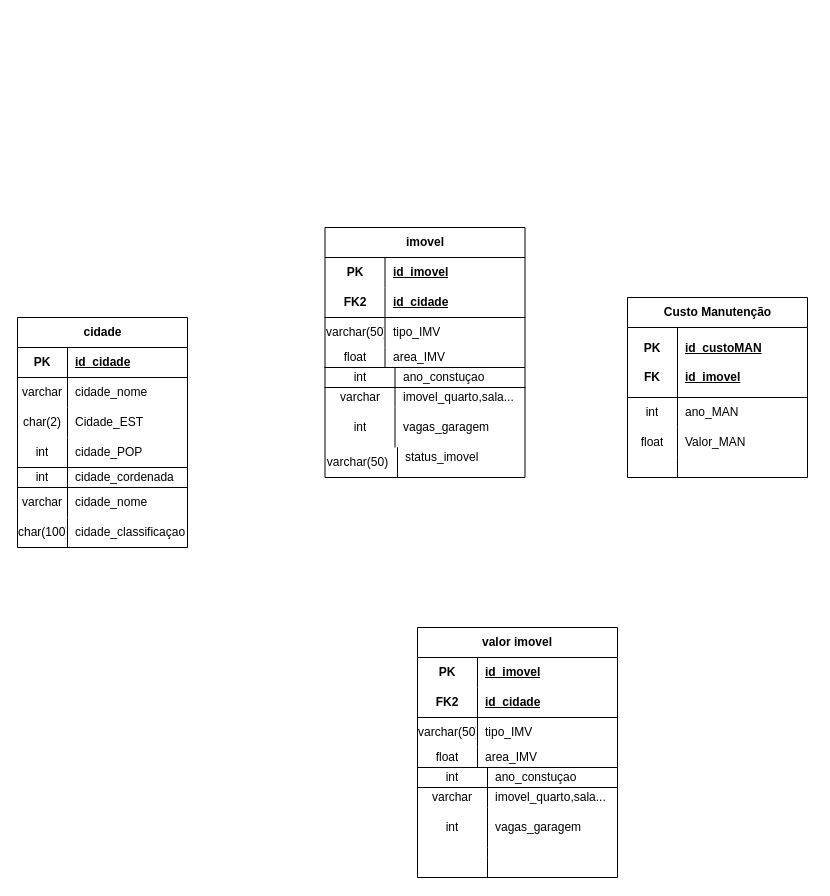
Guilherme22B/Group_by keeps this draw.io diagram as GroupBy.drawio. Above is the earlier version. Source tidied: cells renumbered, new cells numbered last; positions are measured from the earlier drawing's top-left corner, leaving out a move shared by most shapes. Both pictures are drawn from the tidied source at 100%, with x=0, y=0 at pixel (17, 227).
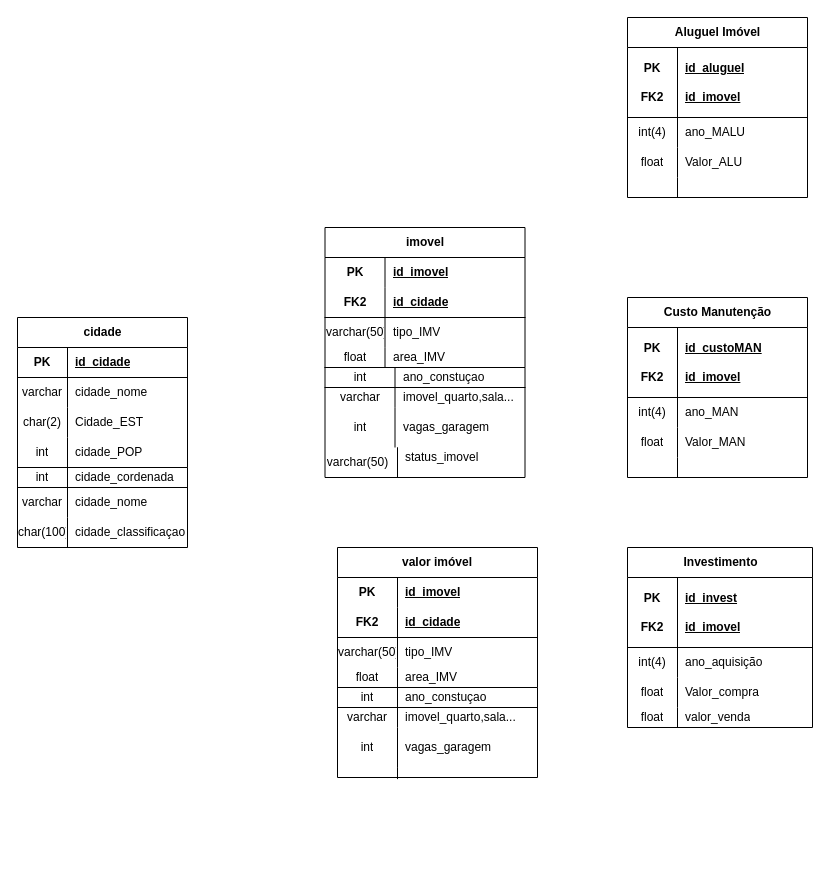
The same diagram, later.

Commit message:
FEITA A TABELA  DE  INVESTIMENTO E  DE  ALUGUEL IMÓVEL

The change refers to these unchanged cells:
```xml
<mxCell id="67" style="shape=tableRow;horizontal=0;startSize=0;swimlaneHead=0;swimlaneBody=0;fillColor=none;top=0;left=0;right=0;bottom=1;" parent="66" vertex="1">
  <mxGeometry width="200" height="20" as="geometry" />
</mxCell>
<mxCell id="70" style="shape=tableRow;horizontal=0;startSize=0;swimlaneHead=0;swimlaneBody=0;fillColor=none;top=0;left=0;right=0;bottom=0;" parent="66" vertex="1">
  <mxGeometry y="20" width="200" height="20" as="geometry" />
</mxCell>
<mxCell id="73" style="shape=tableRow;horizontal=0;startSize=0;swimlaneHead=0;swimlaneBody=0;fillColor=none;top=0;left=0;right=0;bottom=0;" parent="66" vertex="1">
  <mxGeometry y="40" width="200" height="40" as="geometry" />
</mxCell>
<mxCell id="78" style="shape=tableRow;horizontal=0;startSize=0;swimlaneHead=0;swimlaneBody=0;fillColor=none;top=0;left=0;right=0;bottom=1;" parent="77" vertex="1">
  <mxGeometry y="30" width="180" height="70" as="geometry" />
</mxCell>
<mxCell id="81" style="shape=tableRow;horizontal=0;startSize=0;swimlaneHead=0;swimlaneBody=0;fillColor=none;top=0;left=0;right=0;bottom=0;" parent="77" vertex="1">
  <mxGeometry y="100" width="180" height="30" as="geometry" />
</mxCell>
```

Change to the diagram source:
```diff
@@
-    <mxCell id="53" value="valor imovel" style="shape=table;startSize=30;childLayout=tableLayout;rowLines=0;fontStyle=1;align=center;html=1;whiteSpace=wrap;" parent="1" vertex="1">
-      <mxGeometry x="400" y="400" width="200" height="140" as="geometry" />
+    <mxCell id="53" value="valor imóvel" style="shape=table;startSize=30;childLayout=tableLayout;rowLines=0;fontStyle=1;align=center;html=1;whiteSpace=wrap;" parent="1" vertex="1">
+      <mxGeometry x="320" y="320" width="200" height="140" as="geometry" />
     </mxCell>
@@
     <mxCell id="66" style="shape=table;startSize=0;childLayout=tableLayout;rowLines=0;fontStyle=1;align=center;html=1;" parent="1" vertex="1">
-      <mxGeometry x="400" y="540" width="200" height="110" as="geometry" />
+      <mxGeometry x="320" y="460" width="200" height="90" as="geometry" />
     </mxCell>
@@
     <mxCell id="68" value="&lt;span style=&quot;font-weight: normal;&quot;&gt;int&lt;/span&gt;" style="shape=partialRectangle;fillColor=none;top=0;left=0;bottom=0;right=0;fontStyle=1;overflow=hidden;whiteSpace=wrap;html=1;" parent="67" vertex="1">
-      <mxGeometry width="70" height="20" as="geometry" />
+      <mxGeometry width="60" height="20" as="geometry" />
     </mxCell>
     <mxCell id="69" value="&lt;span style=&quot;font-weight: 400;&quot;&gt;ano_constuçao&lt;/span&gt;" style="shape=partialRectangle;fillColor=none;top=0;left=0;bottom=0;right=0;align=left;spacingLeft=6;fontStyle=1;overflow=hidden;whiteSpace=wrap;html=1;" parent="67" vertex="1">
-      <mxGeometry x="70" width="130" height="20" as="geometry" />
+      <mxGeometry x="60" width="140" height="20" as="geometry" />
     </mxCell>
@@
     <mxCell id="71" value="varchar" style="shape=partialRectangle;fillColor=none;top=0;left=0;bottom=0;right=0;overflow=hidden;whiteSpace=wrap;html=1;" parent="70" vertex="1">
-      <mxGeometry width="70" height="20" as="geometry" />
+      <mxGeometry width="60" height="20" as="geometry" />
     </mxCell>
     <mxCell id="72" value="imovel_quarto,sala..." style="shape=partialRectangle;fillColor=none;top=0;left=0;bottom=0;right=0;align=left;spacingLeft=6;overflow=hidden;whiteSpace=wrap;html=1;" parent="70" vertex="1">
-      <mxGeometry x="70" width="130" height="20" as="geometry" />
+      <mxGeometry x="60" width="140" height="20" as="geometry" />
     </mxCell>
@@
     <mxCell id="74" value="int" style="shape=partialRectangle;fillColor=none;top=0;left=0;bottom=0;right=0;overflow=hidden;whiteSpace=wrap;html=1;" parent="73" vertex="1">
-      <mxGeometry width="70" height="40" as="geometry" />
+      <mxGeometry width="60" height="40" as="geometry" />
     </mxCell>
     <mxCell id="75" value="vagas_garagem" style="shape=partialRectangle;fillColor=none;top=0;left=0;bottom=0;right=0;align=left;spacingLeft=6;overflow=hidden;whiteSpace=wrap;html=1;" parent="73" vertex="1">
-      <mxGeometry x="70" width="130" height="40" as="geometry" />
+      <mxGeometry x="60" width="140" height="40" as="geometry" />
     </mxCell>
-    <mxCell id="76" style="endArrow=none;html=1;rounded=0;" parent="1" edge="1">
+    <mxCell id="76" style="endArrow=none;html=1;rounded=0;exitX=0.3;exitY=1.018;exitDx=0;exitDy=0;exitPerimeter=0;" parent="1" edge="1" source="66">
       <mxGeometry relative="1" as="geometry">
-        <mxPoint x="470" y="650" as="sourcePoint" />
-        <mxPoint x="470" y="620" as="targetPoint" />
+        <mxPoint x="380" y="550" as="targetPoint" />
         <Array as="points">
-          <mxPoint x="470" y="630" />
+          <mxPoint x="380" y="550" />
+          <mxPoint x="380" y="540" />
         </Array>
       </mxGeometry>
     </mxCell>
@@
-    <mxCell id="79" value="PK&lt;div&gt;&lt;br&gt;&lt;/div&gt;&lt;div&gt;FK&lt;/div&gt;" style="shape=partialRectangle;fillColor=none;top=0;left=0;bottom=0;right=0;fontStyle=1;overflow=hidden;whiteSpace=wrap;html=1;" parent="78" vertex="1">
+    <mxCell id="79" value="PK&lt;div&gt;&lt;br&gt;&lt;/div&gt;&lt;div&gt;FK2&lt;/div&gt;" style="shape=partialRectangle;fillColor=none;top=0;left=0;bottom=0;right=0;fontStyle=1;overflow=hidden;whiteSpace=wrap;html=1;" parent="78" vertex="1">
       <mxGeometry width="50" height="70" as="geometry" />
     </mxCell>
@@
-    <mxCell id="82" value="int" style="shape=partialRectangle;fillColor=none;top=0;left=0;bottom=0;right=0;overflow=hidden;whiteSpace=wrap;html=1;" parent="81" vertex="1">
+    <mxCell id="82" value="int(4)" style="shape=partialRectangle;fillColor=none;top=0;left=0;bottom=0;right=0;overflow=hidden;whiteSpace=wrap;html=1;" parent="81" vertex="1">
       <mxGeometry width="50" height="30" as="geometry" />
     </mxCell>
@@
+    <mxCell id="90" value="&lt;span style=&quot;text-wrap-mode: wrap;&quot;&gt;Investimento&lt;/span&gt;" style="shape=table;startSize=30;childLayout=tableLayout;rowLines=0;fontStyle=1;align=center;html=1;" parent="1" vertex="1">
+      <mxGeometry x="610" y="320" width="185" height="180" as="geometry" />
+    </mxCell>
+    <mxCell id="91" style="shape=tableRow;horizontal=0;startSize=0;swimlaneHead=0;swimlaneBody=0;fillColor=none;top=0;left=0;right=0;bottom=1;" parent="90" vertex="1">
+      <mxGeometry y="30" width="185" height="70" as="geometry" />
+    </mxCell>
+    <mxCell id="92" value="PK&lt;div&gt;&lt;br&gt;&lt;/div&gt;&lt;div&gt;FK2&lt;/div&gt;" style="shape=partialRectangle;fillColor=none;top=0;left=0;bottom=0;right=0;fontStyle=1;overflow=hidden;whiteSpace=wrap;html=1;" parent="91" vertex="1">
+      <mxGeometry width="50" height="70" as="geometry" />
+    </mxCell>
+    <mxCell id="93" value="id_invest&lt;div&gt;&lt;br&gt;&lt;/div&gt;&lt;div&gt;id_imovel&lt;/div&gt;" style="shape=partialRectangle;fillColor=none;top=0;left=0;bottom=0;right=0;align=left;spacingLeft=6;fontStyle=5;overflow=hidden;whiteSpace=wrap;html=1;" parent="91" vertex="1">
+      <mxGeometry x="50" width="135" height="70" as="geometry" />
+    </mxCell>
+    <mxCell id="94" style="shape=tableRow;horizontal=0;startSize=0;swimlaneHead=0;swimlaneBody=0;fillColor=none;top=0;left=0;right=0;bottom=0;" parent="90" vertex="1">
+      <mxGeometry y="100" width="185" height="30" as="geometry" />
+    </mxCell>
+    <mxCell id="95" value="int(4)" style="shape=partialRectangle;fillColor=none;top=0;left=0;bottom=0;right=0;overflow=hidden;whiteSpace=wrap;html=1;" parent="94" vertex="1">
+      <mxGeometry width="50" height="30" as="geometry" />
+    </mxCell>
+    <mxCell id="96" value="ano_aquisição" style="shape=partialRectangle;fillColor=none;top=0;left=0;bottom=0;right=0;align=left;spacingLeft=6;overflow=hidden;whiteSpace=wrap;html=1;" parent="94" vertex="1">
+      <mxGeometry x="50" width="135" height="30" as="geometry" />
+    </mxCell>
+    <mxCell id="97" style="shape=tableRow;horizontal=0;startSize=0;swimlaneHead=0;swimlaneBody=0;fillColor=none;top=0;left=0;right=0;bottom=0;" parent="90" vertex="1">
+      <mxGeometry y="130" width="185" height="30" as="geometry" />
+    </mxCell>
+    <mxCell id="98" value="float" style="shape=partialRectangle;fillColor=none;top=0;left=0;bottom=0;right=0;overflow=hidden;whiteSpace=wrap;html=1;" parent="97" vertex="1">
+      <mxGeometry width="50" height="30" as="geometry" />
+    </mxCell>
+    <mxCell id="99" value="Valor_compra" style="shape=partialRectangle;fillColor=none;top=0;left=0;bottom=0;right=0;align=left;spacingLeft=6;overflow=hidden;whiteSpace=wrap;html=1;" parent="97" vertex="1">
+      <mxGeometry x="50" width="135" height="30" as="geometry" />
+    </mxCell>
+    <mxCell id="100" style="shape=tableRow;horizontal=0;startSize=0;swimlaneHead=0;swimlaneBody=0;fillColor=none;top=0;left=0;right=0;bottom=0;" parent="90" vertex="1">
+      <mxGeometry y="160" width="185" height="20" as="geometry" />
+    </mxCell>
+    <mxCell id="101" value="float" style="shape=partialRectangle;fillColor=none;top=0;left=0;bottom=0;right=0;overflow=hidden;whiteSpace=wrap;html=1;" parent="100" vertex="1">
+      <mxGeometry width="50" height="20" as="geometry" />
+    </mxCell>
+    <mxCell id="102" value="valor_venda" style="shape=partialRectangle;fillColor=none;top=0;left=0;bottom=0;right=0;align=left;spacingLeft=6;overflow=hidden;whiteSpace=wrap;html=1;" parent="100" vertex="1">
+      <mxGeometry x="50" width="135" height="20" as="geometry" />
+    </mxCell>
+    <mxCell id="103" value="Aluguel Imóvel" style="shape=table;startSize=30;childLayout=tableLayout;rowLines=0;fontStyle=1;align=center;html=1;" parent="1" vertex="1">
+      <mxGeometry x="610" y="-210" width="180" height="180" as="geometry" />
+    </mxCell>
+    <mxCell id="104" style="shape=tableRow;horizontal=0;startSize=0;swimlaneHead=0;swimlaneBody=0;fillColor=none;top=0;left=0;right=0;bottom=1;" parent="103" vertex="1">
+      <mxGeometry y="30" width="180" height="70" as="geometry" />
+    </mxCell>
+    <mxCell id="105" value="PK&lt;div&gt;&lt;br&gt;&lt;/div&gt;&lt;div&gt;FK2&lt;/div&gt;" style="shape=partialRectangle;fillColor=none;top=0;left=0;bottom=0;right=0;fontStyle=1;overflow=hidden;whiteSpace=wrap;html=1;" parent="104" vertex="1">
+      <mxGeometry width="50" height="70" as="geometry" />
+    </mxCell>
+    <mxCell id="106" value="id_aluguel&lt;div&gt;&lt;br&gt;&lt;/div&gt;&lt;div&gt;id_imovel&lt;/div&gt;" style="shape=partialRectangle;fillColor=none;top=0;left=0;bottom=0;right=0;align=left;spacingLeft=6;fontStyle=5;overflow=hidden;whiteSpace=wrap;html=1;" parent="104" vertex="1">
+      <mxGeometry x="50" width="130" height="70" as="geometry" />
+    </mxCell>
+    <mxCell id="107" style="shape=tableRow;horizontal=0;startSize=0;swimlaneHead=0;swimlaneBody=0;fillColor=none;top=0;left=0;right=0;bottom=0;" parent="103" vertex="1">
+      <mxGeometry y="100" width="180" height="30" as="geometry" />
+    </mxCell>
+    <mxCell id="108" value="int(4)" style="shape=partialRectangle;fillColor=none;top=0;left=0;bottom=0;right=0;overflow=hidden;whiteSpace=wrap;html=1;" parent="107" vertex="1">
+      <mxGeometry width="50" height="30" as="geometry" />
+    </mxCell>
+    <mxCell id="109" value="ano_MALU" style="shape=partialRectangle;fillColor=none;top=0;left=0;bottom=0;right=0;align=left;spacingLeft=6;overflow=hidden;whiteSpace=wrap;html=1;" parent="107" vertex="1">
+      <mxGeometry x="50" width="130" height="30" as="geometry" />
+    </mxCell>
+    <mxCell id="110" style="shape=tableRow;horizontal=0;startSize=0;swimlaneHead=0;swimlaneBody=0;fillColor=none;top=0;left=0;right=0;bottom=0;" parent="103" vertex="1">
+      <mxGeometry y="130" width="180" height="30" as="geometry" />
+    </mxCell>
+    <mxCell id="111" value="float" style="shape=partialRectangle;fillColor=none;top=0;left=0;bottom=0;right=0;overflow=hidden;whiteSpace=wrap;html=1;" parent="110" vertex="1">
+      <mxGeometry width="50" height="30" as="geometry" />
+    </mxCell>
+    <mxCell id="112" value="Valor_ALU" style="shape=partialRectangle;fillColor=none;top=0;left=0;bottom=0;right=0;align=left;spacingLeft=6;overflow=hidden;whiteSpace=wrap;html=1;" parent="110" vertex="1">
+      <mxGeometry x="50" width="130" height="30" as="geometry" />
+    </mxCell>
+    <mxCell id="113" style="shape=tableRow;horizontal=0;startSize=0;swimlaneHead=0;swimlaneBody=0;fillColor=none;top=0;left=0;right=0;bottom=0;" parent="103" vertex="1">
+      <mxGeometry y="160" width="180" height="20" as="geometry" />
+    </mxCell>
+    <mxCell id="114" style="shape=partialRectangle;fillColor=none;top=0;left=0;bottom=0;right=0;overflow=hidden;whiteSpace=wrap;html=1;" parent="113" vertex="1">
+      <mxGeometry width="50" height="20" as="geometry" />
+    </mxCell>
+    <mxCell id="115" style="shape=partialRectangle;fillColor=none;top=0;left=0;bottom=0;right=0;align=left;spacingLeft=6;overflow=hidden;whiteSpace=wrap;html=1;" parent="113" vertex="1">
+      <mxGeometry x="50" width="130" height="20" as="geometry" />
+    </mxCell>
```
